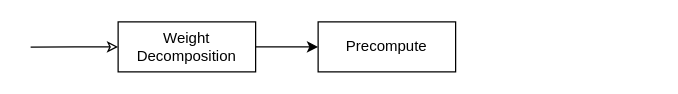
Earlier version of the draw.io diagram llama.cpp/bitnet.drawio (mailonghua/drawio). Source tidied: cells renumbered, new cells numbered last; positions are measured from the earlier drawing's top-left corner, leaving out a move shared by most shapes. Both pictures are drawn from the tidied source at 125%, with x=0, y=0 at pixel (30, 21).
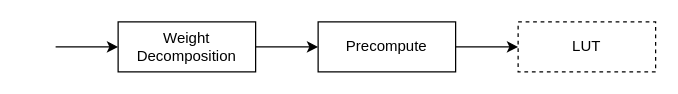
The same diagram, later.

Diff of the diagram source:
```diff
@@
 <mxGraphModel>
   <root>
     <mxCell id="0" />
     <mxCell id="1" parent="0" />
     <mxCell id="2" style="edgeStyle=orthogonalEdgeStyle;rounded=0;jettySize=auto;html=1;" parent="1" edge="1" source="4" target="5">
       <mxGeometry relative="1" as="geometry" />
     </mxCell>
-    <mxCell id="3" style="edgeStyle=orthogonalEdgeStyle;rounded=0;jettySize=auto;html=1;exitX=0;exitY=0.5;exitDx=0;exitDy=0;startArrow=classic;startFill=0;endArrow=none;" parent="1" edge="1" source="4">
+    <mxCell id="3" style="edgeStyle=orthogonalEdgeStyle;rounded=0;jettySize=auto;html=1;exitX=0;exitY=0.5;exitDx=0;exitDy=0;startArrow=classic;startFill=1;endArrow=none;" parent="1" edge="1" source="4">
       <mxGeometry relative="1" as="geometry">
-        <mxPoint y="20.1" as="targetPoint" />
+        <mxPoint x="20" y="20" as="targetPoint" />
       </mxGeometry>
     </mxCell>
     <mxCell id="4" value="Weight Decomposition" style="rounded=0;whiteSpace=wrap;html=1;" parent="1" vertex="1">
       <mxGeometry x="70" width="110" height="40" as="geometry" />
     </mxCell>
+    <mxCell id="6" style="edgeStyle=orthogonalEdgeStyle;rounded=0;jettySize=auto;html=1;" parent="1" edge="1" source="5" target="7">
+      <mxGeometry relative="1" as="geometry" />
+    </mxCell>
     <mxCell id="5" value="Precompute" style="rounded=0;whiteSpace=wrap;html=1;" parent="1" vertex="1">
       <mxGeometry x="230" width="110" height="40" as="geometry" />
     </mxCell>
+    <mxCell id="7" value="LUT" style="rounded=0;whiteSpace=wrap;html=1;dashed=1;" parent="1" vertex="1">
+      <mxGeometry x="390" width="110" height="40" as="geometry" />
+    </mxCell>
   </root>
 </mxGraphModel>
```
